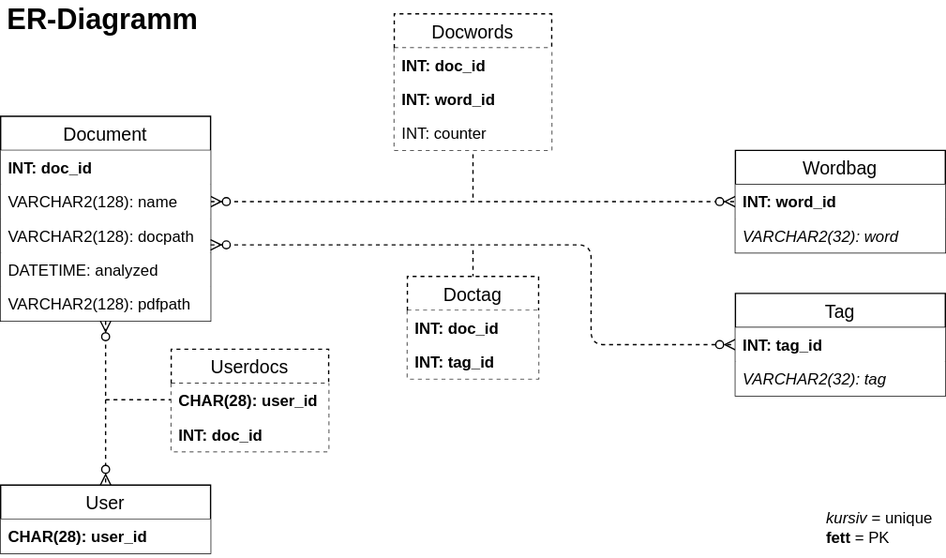
Earlier version of the draw.io export docs/Overview/resources/Diagramme/doc-ver_Diagramme-ER-Diagramm.svg (doc-ver/Doku). Source tidied: cells renumbered, new cells last; positions are measured from the earlier drawing's top-left corner, leaving out a move shared by most shapes.
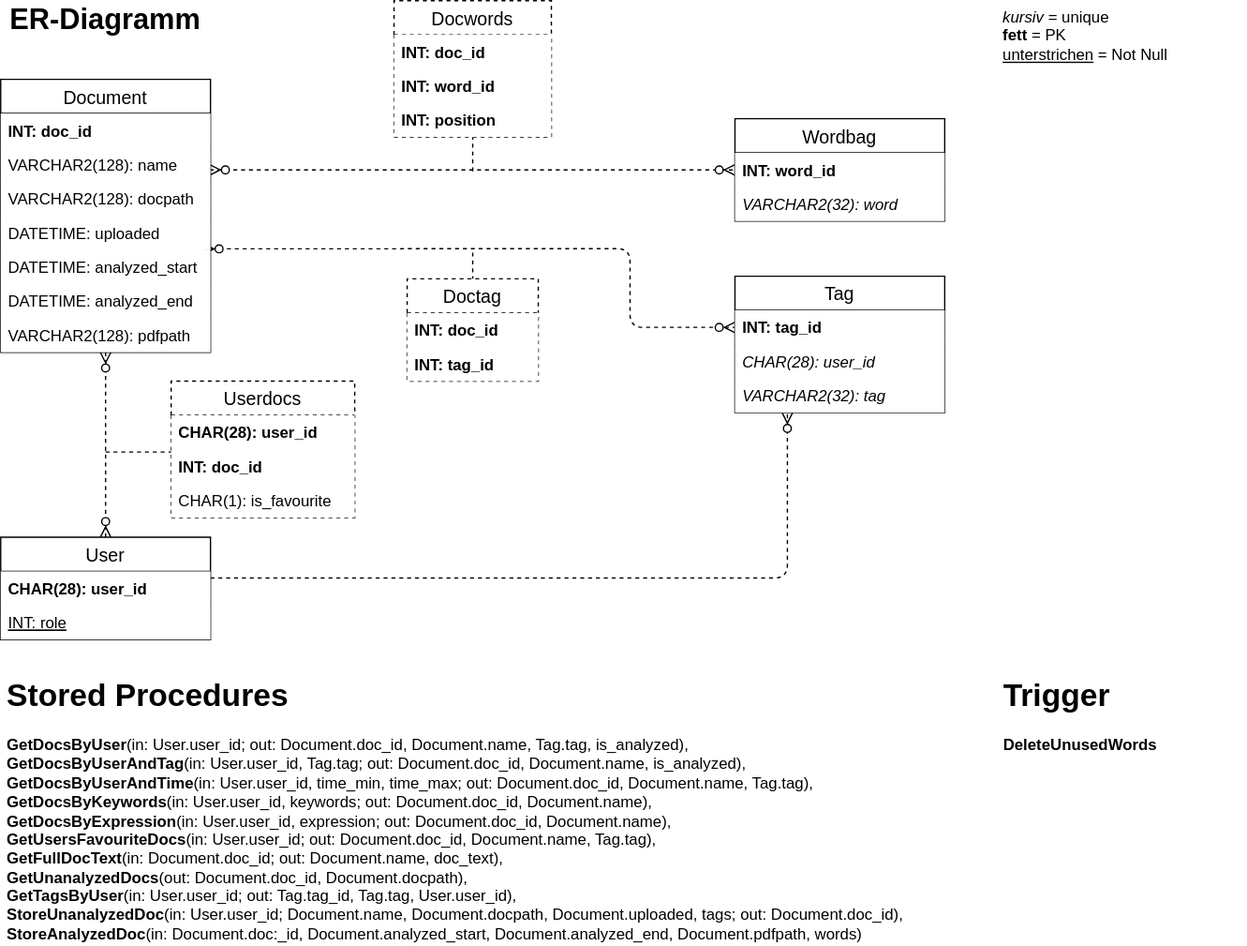
After the change.

Commit message:
Diagramme und Expose ueberarbeitet

What changed in the source:
```diff
@@ -2,117 +2,147 @@
   <root>
     <mxCell id="0" />
     <mxCell id="1" parent="0" />
-    <mxCell id="2" style="edgeStyle=entityRelationEdgeStyle;fontSize=12;html=1;endArrow=ERzeroToMany;endFill=1;startArrow=ERzeroToMany;exitX=1;exitY=0.5;exitDx=0;exitDy=0;entryX=0;entryY=0.5;entryDx=0;entryDy=0;dashed=1;" parent="1" edge="1" source="6" target="11">
+    <mxCell id="2" style="edgeStyle=entityRelationEdgeStyle;fontSize=12;html=1;endArrow=ERzeroToMany;endFill=1;startArrow=ERzeroToMany;exitX=0.996;exitY=0.654;exitDx=0;exitDy=0;entryX=0;entryY=0.5;entryDx=0;entryDy=0;dashed=1;exitPerimeter=0;" parent="1" edge="1" source="25" target="32">
       <mxGeometry relative="1" as="geometry" />
     </mxCell>
-    <mxCell id="3" style="endArrow=none;dashed=1;html=1;entryX=0.5;entryY=1;entryDx=0;entryDy=0;" parent="1" edge="1" target="13">
+    <mxCell id="3" style="endArrow=none;dashed=1;html=1;entryX=0.5;entryY=1;entryDx=0;entryDy=0;" parent="1" edge="1" target="34">
       <mxGeometry relative="1" as="geometry">
-        <mxPoint x="360" y="150" as="sourcePoint" />
+        <mxPoint x="390" y="114" as="sourcePoint" />
       </mxGeometry>
     </mxCell>
-    <mxCell id="4" value="Document" style="swimlane;fontStyle=0;horizontal=1;startSize=26;align=center;fontSize=14;swimlaneLine=1;glass=0;" parent="1" vertex="1">
-      <mxGeometry y="88" width="160" height="156" as="geometry" />
+    <mxCell id="4" value="ER-Diagramm" style="text;html=1;strokeColor=none;fillColor=none;align=center;verticalAlign=middle;whiteSpace=wrap;rounded=0;fontSize=22;fontStyle=1;" parent="1" vertex="1">
+      <mxGeometry x="35" y="-16" width="150" height="30" as="geometry" />
     </mxCell>
-    <mxCell id="5" value="INT: doc_id" style="text;spacingLeft=4;spacingRight=4;overflow=hidden;fontSize=12;fontStyle=1;fillColor=#ffffff;" parent="4" vertex="1">
-      <mxGeometry y="26" width="160" height="26" as="geometry" />
+    <mxCell id="5" style="fontSize=12;html=1;endArrow=ERzeroToMany;endFill=1;startArrow=ERzeroToMany;exitX=0.966;exitY=-0.032;exitDx=0;exitDy=0;dashed=1;entryX=0;entryY=0.5;entryDx=0;entryDy=0;exitPerimeter=0;" parent="1" edge="1" source="28" target="39">
+      <mxGeometry relative="1" as="geometry">
+        <Array as="points">
+          <mxPoint x="510" y="173" />
+          <mxPoint x="510" y="233" />
+        </Array>
+      </mxGeometry>
     </mxCell>
-    <mxCell id="6" value="VARCHAR2(128): name" style="text;strokeColor=none;fillColor=#ffffff;spacingLeft=4;spacingRight=4;overflow=hidden;points=[[0,0.5],[1,0.5]];portConstraint=eastwest;fontSize=12;" parent="4" vertex="1">
-      <mxGeometry y="52" width="160" height="26" as="geometry" />
+    <mxCell id="6" style="endArrow=none;dashed=1;html=1;entryX=0.5;entryY=0;entryDx=0;entryDy=0;" parent="1" edge="1" target="16">
+      <mxGeometry relative="1" as="geometry">
+        <mxPoint x="390" y="176" as="sourcePoint" />
+      </mxGeometry>
     </mxCell>
-    <mxCell id="7" value="VARCHAR2(128): docpath" style="text;strokeColor=none;fillColor=#ffffff;spacingLeft=4;spacingRight=4;overflow=hidden;points=[[0,0.5],[1,0.5]];portConstraint=eastwest;fontSize=12;" parent="4" vertex="1">
-      <mxGeometry y="78" width="160" height="26" as="geometry" />
+    <mxCell id="7" value="&lt;div style=&quot;text-align: left&quot;&gt;&lt;span&gt;&lt;i&gt;kursiv &lt;/i&gt;= unique&lt;/span&gt;&lt;/div&gt;&lt;div style=&quot;text-align: left&quot;&gt;&lt;span&gt;&lt;b&gt;fett &lt;/b&gt;= PK&lt;/span&gt;&lt;/div&gt;&lt;div style=&quot;text-align: left&quot;&gt;&lt;span&gt;&lt;u&gt;unterstrichen&lt;/u&gt; = Not Null&lt;br&gt;&lt;/span&gt;&lt;/div&gt;" style="text;html=1;strokeColor=none;fillColor=none;align=center;verticalAlign=middle;whiteSpace=wrap;rounded=0;glass=0;dashed=1;" parent="1" vertex="1">
+      <mxGeometry x="790" y="-16" width="135" height="53" as="geometry" />
     </mxCell>
-    <mxCell id="8" value="DATETIME: analyzed" style="text;strokeColor=none;fillColor=#ffffff;spacingLeft=4;spacingRight=4;overflow=hidden;fontSize=12;" parent="4" vertex="1">
-      <mxGeometry y="104" width="160" height="26" as="geometry" />
+    <mxCell id="8" style="fontSize=12;html=1;endArrow=ERzeroToMany;endFill=1;startArrow=ERzeroToMany;exitX=0.5;exitY=1;exitDx=0;exitDy=0;dashed=1;entryX=0.5;entryY=0;entryDx=0;entryDy=0;" parent="1" edge="1" source="23" target="13">
+      <mxGeometry relative="1" as="geometry">
+        <Array as="points">
+          <mxPoint x="110" y="344" />
+        </Array>
+      </mxGeometry>
     </mxCell>
-    <mxCell id="9" value="VARCHAR2(128): pdfpath" style="text;strokeColor=none;fillColor=#ffffff;spacingLeft=4;spacingRight=4;overflow=hidden;fontSize=12;" parent="4" vertex="1">
-      <mxGeometry y="130" width="160" height="26" as="geometry" />
+    <mxCell id="9" style="endArrow=none;dashed=1;html=1;entryX=0;entryY=0.5;entryDx=0;entryDy=0;" parent="1" edge="1">
+      <mxGeometry relative="1" as="geometry">
+        <mxPoint x="110" y="328" as="sourcePoint" />
+        <mxPoint x="190" y="328" as="targetPoint" />
+      </mxGeometry>
     </mxCell>
-    <mxCell id="10" value="Wordbag" style="swimlane;fontStyle=0;horizontal=1;startSize=26;align=center;fontSize=14;swimlaneLine=1;glass=0;" parent="1" vertex="1">
-      <mxGeometry x="560" y="114" width="160" height="78" as="geometry" />
+    <mxCell id="10" value="&lt;h1&gt;Stored Procedures&lt;br&gt;&lt;/h1&gt;&lt;p&gt;&lt;b&gt;GetDocsByUser&lt;/b&gt;(in: User.user_id; out: Document.doc_id, Document.name, Tag.tag, is_analyzed),&lt;b&gt;&lt;br&gt;GetDocsByUserAndTag&lt;/b&gt;(in: User.user_id, Tag.tag; out: Document.doc_id, Document.name, is_analyzed),&lt;br&gt;&lt;b&gt;GetDocsByUserAndTime&lt;/b&gt;(in: User.user_id, time_min, time_max; out: Document.doc_id, Document.name, Tag.tag),&lt;b&gt;&lt;br&gt;GetDocsByKeywords&lt;/b&gt;(in: User.user_id, keywords; out: Document.doc_id, Document.name),&lt;b&gt;&lt;br&gt;GetDocsByExpression&lt;/b&gt;(in: User.user_id, expression; out: Document.doc_id, Document.name),&lt;b&gt;&lt;br&gt;GetUsersFavouriteDocs&lt;/b&gt;(in: User.user_id; out: Document.doc_id, Document.name, Tag.tag),&lt;br&gt;&lt;b&gt;GetFullDocText&lt;/b&gt;(in: Document.doc_id; out: Document.name, doc_text),&lt;br&gt;&lt;b&gt;GetUnanalyzedDocs&lt;/b&gt;(out: Document.doc_id, Document.docpath),&lt;b&gt;&lt;br&gt;GetTagsByUser&lt;/b&gt;(in: User.user_id; out: Tag.tag_id, Tag.tag, User.user_id),&lt;b&gt;&lt;b&gt;&lt;br&gt;&lt;/b&gt;StoreUnanalyzedDoc&lt;/b&gt;(in: User.user_id; Document.name, Document.docpath, Document.uploaded, tags; out: Document.doc_id),&lt;br&gt;&lt;b&gt;StoreAnalyzedDoc&lt;/b&gt;(in: Document.doc:_id, Document.analyzed_start, Document.analyzed_end, Document.pdfpath, words)&lt;br&gt;&lt;/p&gt;" style="text;html=1;strokeColor=none;fillColor=none;spacing=5;spacingTop=-20;whiteSpace=wrap;overflow=hidden;rounded=0;" parent="1" vertex="1">
+      <mxGeometry x="30" y="494" width="710" height="210" as="geometry" />
     </mxCell>
-    <mxCell id="11" value="INT: word_id" style="text;spacingLeft=4;spacingRight=4;overflow=hidden;points=[[0,0.5],[1,0.5]];portConstraint=eastwest;fontSize=12;fontStyle=1;fillColor=#ffffff;" parent="10" vertex="1">
-      <mxGeometry y="26" width="160" height="26" as="geometry" />
+    <mxCell id="11" style="fontSize=12;html=1;endArrow=ERzeroToMany;endFill=1;startArrow=none;exitX=1;exitY=0.769;exitDx=0;exitDy=0;dashed=1;entryX=0.25;entryY=1;entryDx=0;entryDy=0;exitPerimeter=0;startFill=0;" parent="1" edge="1" target="38">
+      <mxGeometry relative="1" as="geometry">
+        <mxPoint x="190" y="424" as="sourcePoint" />
+        <Array as="points">
+          <mxPoint x="480" y="424" />
+          <mxPoint x="630" y="424" />
+        </Array>
+      </mxGeometry>
     </mxCell>
-    <mxCell id="12" value="VARCHAR2(32): word" style="text;strokeColor=none;fillColor=#ffffff;spacingLeft=4;spacingRight=4;overflow=hidden;fontSize=12;fontStyle=2;" parent="10" vertex="1">
-      <mxGeometry y="52" width="160" height="26" as="geometry" />
+    <mxCell id="12" value="&lt;h1&gt;Trigger&lt;/h1&gt;&lt;p&gt;&lt;b&gt;DeleteUnusedWords&lt;br&gt;&lt;br&gt;&lt;/b&gt;&lt;/p&gt;" style="text;html=1;strokeColor=none;fillColor=none;spacing=5;spacingTop=-20;whiteSpace=wrap;overflow=hidden;rounded=0;" parent="1" vertex="1">
+      <mxGeometry x="790" y="494" width="190" height="120" as="geometry" />
     </mxCell>
-    <mxCell id="13" value="Docwords" style="swimlane;fontStyle=0;horizontal=1;startSize=26;align=center;fontSize=14;swimlaneLine=1;glass=0;dashed=1;" parent="1" vertex="1">
-      <mxGeometry x="300" y="10" width="120" height="104" as="geometry" />
+    <mxCell id="13" value="User" style="swimlane;fontStyle=0;horizontal=1;startSize=26;align=center;fontSize=14;swimlaneLine=1;glass=0;" parent="1" vertex="1">
+      <mxGeometry x="30" y="393" width="160" height="78" as="geometry" />
     </mxCell>
-    <mxCell id="14" value="INT: doc_id" style="text;strokeColor=none;fillColor=#ffffff;spacingLeft=4;spacingRight=4;overflow=hidden;fontSize=12;fontStyle=1;" parent="13" vertex="1">
-      <mxGeometry y="26" width="120" height="26" as="geometry" />
+    <mxCell id="14" value="CHAR(28): user_id" style="text;spacingLeft=4;spacingRight=4;overflow=hidden;fontSize=12;fontStyle=1;fillColor=#ffffff;" parent="13" vertex="1">
+      <mxGeometry y="26" width="160" height="26" as="geometry" />
     </mxCell>
-    <mxCell id="15" value="INT: word_id" style="text;strokeColor=none;fillColor=#ffffff;spacingLeft=4;spacingRight=4;overflow=hidden;fontSize=12;fontStyle=1;" parent="13" vertex="1">
-      <mxGeometry y="52" width="120" height="26" as="geometry" />
+    <mxCell id="15" value="INT: role" style="text;strokeColor=none;fillColor=#ffffff;spacingLeft=4;spacingRight=4;overflow=hidden;fontSize=12;fontStyle=4;" parent="13" vertex="1">
+      <mxGeometry y="52" width="160" height="26" as="geometry" />
     </mxCell>
-    <mxCell id="16" value="INT: counter" style="text;strokeColor=none;fillColor=#ffffff;spacingLeft=4;spacingRight=4;overflow=hidden;points=[[0,0.5],[1,0.5]];portConstraint=eastwest;fontSize=12;fontStyle=0;" parent="13" vertex="1">
-      <mxGeometry y="78" width="120" height="26" as="geometry" />
+    <mxCell id="16" value="Doctag" style="swimlane;fontStyle=0;horizontal=1;startSize=26;align=center;fontSize=14;swimlaneLine=1;glass=0;dashed=1;" parent="1" vertex="1">
+      <mxGeometry x="340" y="196" width="100" height="78" as="geometry" />
     </mxCell>
-    <mxCell id="17" value="ER-Diagramm" style="text;html=1;strokeColor=none;fillColor=none;align=center;verticalAlign=middle;whiteSpace=wrap;rounded=0;fontSize=22;fontStyle=1;" parent="1" vertex="1">
-      <mxGeometry x="3" width="150" height="30" as="geometry" />
+    <mxCell id="17" value="INT: doc_id" style="text;strokeColor=none;fillColor=#ffffff;spacingLeft=4;spacingRight=4;overflow=hidden;fontSize=12;fontStyle=1;" parent="16" vertex="1">
+      <mxGeometry y="26" width="100" height="26" as="geometry" />
     </mxCell>
-    <mxCell id="18" style="fontSize=12;html=1;endArrow=ERzeroToMany;endFill=1;startArrow=ERzeroToMany;exitX=1;exitY=0.769;exitDx=0;exitDy=0;dashed=1;entryX=0;entryY=0.5;entryDx=0;entryDy=0;exitPerimeter=0;" parent="1" edge="1" source="7" target="24">
-      <mxGeometry relative="1" as="geometry">
-        <Array as="points">
-          <mxPoint x="450" y="186" />
-          <mxPoint x="450" y="262" />
-        </Array>
-      </mxGeometry>
+    <mxCell id="18" value="INT: tag_id" style="text;strokeColor=none;fillColor=#ffffff;spacingLeft=4;spacingRight=4;overflow=hidden;fontSize=12;fontStyle=1;" parent="16" vertex="1">
+      <mxGeometry y="52" width="100" height="26" as="geometry" />
     </mxCell>
-    <mxCell id="19" style="endArrow=none;dashed=1;html=1;entryX=0.5;entryY=0;entryDx=0;entryDy=0;" parent="1" edge="1" target="20">
-      <mxGeometry relative="1" as="geometry">
-        <mxPoint x="360" y="190" as="sourcePoint" />
-      </mxGeometry>
+    <mxCell id="19" value="Userdocs" style="swimlane;fontStyle=0;horizontal=1;startSize=26;align=center;fontSize=14;swimlaneLine=1;glass=0;dashed=1;" parent="1" vertex="1">
+      <mxGeometry x="160" y="274" width="140" height="104" as="geometry" />
     </mxCell>
-    <mxCell id="20" value="Doctag" style="swimlane;fontStyle=0;horizontal=1;startSize=26;align=center;fontSize=14;swimlaneLine=1;glass=0;dashed=1;" parent="1" vertex="1">
-      <mxGeometry x="310" y="210" width="100" height="78" as="geometry" />
+    <mxCell id="20" value="CHAR(28): user_id" style="text;strokeColor=none;fillColor=#ffffff;spacingLeft=4;spacingRight=4;overflow=hidden;points=[[0,0.5],[1,0.5]];portConstraint=eastwest;fontSize=12;fontStyle=1;" parent="19" vertex="1">
+      <mxGeometry y="26" width="140" height="26" as="geometry" />
     </mxCell>
-    <mxCell id="21" value="INT: doc_id" style="text;strokeColor=none;fillColor=#ffffff;spacingLeft=4;spacingRight=4;overflow=hidden;fontSize=12;fontStyle=1;" parent="20" vertex="1">
-      <mxGeometry y="26" width="100" height="26" as="geometry" />
+    <mxCell id="21" value="INT: doc_id" style="text;strokeColor=none;fillColor=#ffffff;spacingLeft=4;spacingRight=4;overflow=hidden;fontSize=12;fontStyle=1;" parent="19" vertex="1">
+      <mxGeometry y="52" width="140" height="26" as="geometry" />
     </mxCell>
-    <mxCell id="22" value="INT: tag_id" style="text;strokeColor=none;fillColor=#ffffff;spacingLeft=4;spacingRight=4;overflow=hidden;fontSize=12;fontStyle=1;" parent="20" vertex="1">
-      <mxGeometry y="52" width="100" height="26" as="geometry" />
+    <mxCell id="22" value="CHAR(1): is_favourite" style="text;strokeColor=none;fillColor=#ffffff;spacingLeft=4;spacingRight=4;overflow=hidden;fontSize=12;fontStyle=0;" parent="19" vertex="1">
+      <mxGeometry y="78" width="140" height="26" as="geometry" />
     </mxCell>
-    <mxCell id="23" value="Tag" style="swimlane;fontStyle=0;horizontal=1;startSize=26;align=center;fontSize=14;swimlaneLine=1;glass=0;" parent="1" vertex="1">
-      <mxGeometry x="560" y="223" width="160" height="78" as="geometry" />
+    <mxCell id="23" value="Document" style="swimlane;fontStyle=0;horizontal=1;startSize=26;align=center;fontSize=14;swimlaneLine=1;glass=0;" parent="1" vertex="1">
+      <mxGeometry x="30" y="44" width="160" height="208" as="geometry" />
     </mxCell>
-    <mxCell id="24" value="INT: tag_id" style="text;spacingLeft=4;spacingRight=4;overflow=hidden;points=[[0,0.5],[1,0.5]];portConstraint=eastwest;fontSize=12;fontStyle=1;fillColor=#ffffff;" parent="23" vertex="1">
+    <mxCell id="24" value="INT: doc_id" style="text;spacingLeft=4;spacingRight=4;overflow=hidden;points=[[0,0.5],[1,0.5]];portConstraint=eastwest;fontSize=12;fontStyle=1;fillColor=#ffffff;" parent="23" vertex="1">
       <mxGeometry y="26" width="160" height="26" as="geometry" />
     </mxCell>
-    <mxCell id="25" value="VARCHAR2(32): tag" style="text;strokeColor=none;fillColor=#ffffff;spacingLeft=4;spacingRight=4;overflow=hidden;points=[[0,0.5],[1,0.5]];portConstraint=eastwest;fontSize=12;fontStyle=2;" parent="23" vertex="1">
+    <mxCell id="25" value="VARCHAR2(128): name" style="text;strokeColor=none;fillColor=#ffffff;spacingLeft=4;spacingRight=4;overflow=hidden;points=[[0,0.5],[1,0.5]];portConstraint=eastwest;fontSize=12;" parent="23" vertex="1">
       <mxGeometry y="52" width="160" height="26" as="geometry" />
     </mxCell>
-    <mxCell id="26" value="&lt;div style=&quot;text-align: left&quot;&gt;&lt;span&gt;&lt;i&gt;kursiv &lt;/i&gt;= unique&lt;/span&gt;&lt;/div&gt;&lt;div style=&quot;text-align: left&quot;&gt;&lt;span&gt;&lt;b&gt;fett &lt;/b&gt;= PK&lt;/span&gt;&lt;/div&gt;" style="text;html=1;strokeColor=none;fillColor=none;align=center;verticalAlign=middle;whiteSpace=wrap;rounded=0;glass=0;dashed=1;" parent="1" vertex="1">
-      <mxGeometry x="625" y="387" width="90" height="30" as="geometry" />
+    <mxCell id="26" value="VARCHAR2(128): docpath" style="text;strokeColor=none;fillColor=#ffffff;spacingLeft=4;spacingRight=4;overflow=hidden;fontSize=12;" parent="23" vertex="1">
+      <mxGeometry y="78" width="160" height="26" as="geometry" />
     </mxCell>
-    <mxCell id="27" value="User" style="swimlane;fontStyle=0;horizontal=1;startSize=26;align=center;fontSize=14;swimlaneLine=1;glass=0;" parent="1" vertex="1">
-      <mxGeometry y="369" width="160" height="52" as="geometry" />
+    <mxCell id="27" value="DATETIME: uploaded" style="text;strokeColor=none;fillColor=#ffffff;spacingLeft=4;spacingRight=4;overflow=hidden;points=[[0,0.5],[1,0.5]];portConstraint=eastwest;fontSize=12;" parent="23" vertex="1">
+      <mxGeometry y="104" width="160" height="26" as="geometry" />
     </mxCell>
-    <mxCell id="28" value="CHAR(28): user_id" style="text;spacingLeft=4;spacingRight=4;overflow=hidden;points=[[0,0.5],[1,0.5]];portConstraint=eastwest;fontSize=12;fontStyle=1;fillColor=#ffffff;" parent="27" vertex="1">
-      <mxGeometry y="26" width="160" height="26" as="geometry" />
+    <mxCell id="28" value="DATETIME: analyzed_start" style="text;strokeColor=none;fillColor=#ffffff;spacingLeft=4;spacingRight=4;overflow=hidden;points=[[0,0.5],[1,0.5]];portConstraint=eastwest;fontSize=12;" parent="23" vertex="1">
+      <mxGeometry y="130" width="160" height="26" as="geometry" />
     </mxCell>
-    <mxCell id="29" style="fontSize=12;html=1;endArrow=ERzeroToMany;endFill=1;startArrow=ERzeroToMany;exitX=0.5;exitY=1;exitDx=0;exitDy=0;dashed=1;entryX=0.5;entryY=0;entryDx=0;entryDy=0;" parent="1" edge="1" source="4" target="27">
-      <mxGeometry relative="1" as="geometry">
-        <Array as="points">
-          <mxPoint x="80" y="320" />
-        </Array>
-      </mxGeometry>
+    <mxCell id="29" value="DATETIME: analyzed_end" style="text;strokeColor=none;fillColor=#ffffff;spacingLeft=4;spacingRight=4;overflow=hidden;fontSize=12;" parent="23" vertex="1">
+      <mxGeometry y="156" width="160" height="26" as="geometry" />
     </mxCell>
-    <mxCell id="30" style="endArrow=none;dashed=1;html=1;entryX=0;entryY=0.5;entryDx=0;entryDy=0;" parent="1" edge="1">
-      <mxGeometry relative="1" as="geometry">
-        <mxPoint x="80" y="304" as="sourcePoint" />
-        <mxPoint x="160" y="304" as="targetPoint" />
-      </mxGeometry>
+    <mxCell id="30" value="VARCHAR2(128): pdfpath" style="text;strokeColor=none;fillColor=#ffffff;spacingLeft=4;spacingRight=4;overflow=hidden;fontSize=12;" parent="23" vertex="1">
+      <mxGeometry y="182" width="160" height="26" as="geometry" />
     </mxCell>
-    <mxCell id="31" value="Userdocs" style="swimlane;fontStyle=0;horizontal=1;startSize=26;align=center;fontSize=14;swimlaneLine=1;glass=0;dashed=1;" parent="1" vertex="1">
-      <mxGeometry x="130" y="265.5" width="120" height="78" as="geometry" />
+    <mxCell id="31" value="Wordbag" style="swimlane;fontStyle=0;horizontal=1;startSize=26;align=center;fontSize=14;swimlaneLine=1;glass=0;" parent="1" vertex="1">
+      <mxGeometry x="590" y="74" width="160" height="78" as="geometry" />
     </mxCell>
-    <mxCell id="32" value="CHAR(28): user_id" style="text;strokeColor=none;fillColor=#ffffff;spacingLeft=4;spacingRight=4;overflow=hidden;points=[[0,0.5],[1,0.5]];portConstraint=eastwest;fontSize=12;fontStyle=1;" parent="31" vertex="1">
-      <mxGeometry y="26" width="120" height="26" as="geometry" />
+    <mxCell id="32" value="INT: word_id" style="text;spacingLeft=4;spacingRight=4;overflow=hidden;points=[[0,0.5],[1,0.5]];portConstraint=eastwest;fontSize=12;fontStyle=1;fillColor=#ffffff;" parent="31" vertex="1">
+      <mxGeometry y="26" width="160" height="26" as="geometry" />
     </mxCell>
-    <mxCell id="33" value="INT: doc_id" style="text;strokeColor=none;fillColor=#ffffff;spacingLeft=4;spacingRight=4;overflow=hidden;fontSize=12;fontStyle=1;" parent="31" vertex="1">
-      <mxGeometry y="52" width="120" height="26" as="geometry" />
+    <mxCell id="33" value="VARCHAR2(32): word" style="text;strokeColor=none;fillColor=#ffffff;spacingLeft=4;spacingRight=4;overflow=hidden;fontSize=12;fontStyle=2;" parent="31" vertex="1">
+      <mxGeometry y="52" width="160" height="26" as="geometry" />
     </mxCell>
+    <mxCell id="34" value="Docwords" style="swimlane;fontStyle=0;horizontal=1;startSize=26;align=center;fontSize=14;swimlaneLine=1;glass=0;dashed=1;" parent="1" vertex="1">
+      <mxGeometry x="330" y="-16" width="120" height="104" as="geometry" />
+    </mxCell>
+    <mxCell id="35" value="INT: doc_id" style="text;strokeColor=none;fillColor=#ffffff;spacingLeft=4;spacingRight=4;overflow=hidden;fontSize=12;fontStyle=1;" parent="34" vertex="1">
+      <mxGeometry y="26" width="120" height="26" as="geometry" />
+    </mxCell>
+    <mxCell id="36" value="INT: word_id" style="text;strokeColor=none;fillColor=#ffffff;spacingLeft=4;spacingRight=4;overflow=hidden;fontSize=12;fontStyle=1;" parent="34" vertex="1">
+      <mxGeometry y="52" width="120" height="26" as="geometry" />
+    </mxCell>
+    <mxCell id="37" value="INT: position" style="text;strokeColor=none;fillColor=#ffffff;spacingLeft=4;spacingRight=4;overflow=hidden;fontSize=12;fontStyle=1;" parent="34" vertex="1">
+      <mxGeometry y="78" width="120" height="26" as="geometry" />
+    </mxCell>
+    <mxCell id="38" value="Tag" style="swimlane;fontStyle=0;horizontal=1;startSize=26;align=center;fontSize=14;swimlaneLine=1;glass=0;" parent="1" vertex="1">
+      <mxGeometry x="590" y="194" width="160" height="104" as="geometry" />
+    </mxCell>
+    <mxCell id="39" value="INT: tag_id" style="text;spacingLeft=4;spacingRight=4;overflow=hidden;points=[[0,0.5],[1,0.5]];portConstraint=eastwest;fontSize=12;fontStyle=1;fillColor=#ffffff;" parent="38" vertex="1">
+      <mxGeometry y="26" width="160" height="26" as="geometry" />
+    </mxCell>
+    <mxCell id="40" value="CHAR(28): user_id" style="text;spacingLeft=4;spacingRight=4;overflow=hidden;fontSize=12;fontStyle=2;fillColor=#ffffff;" parent="38" vertex="1">
+      <mxGeometry y="52" width="160" height="26" as="geometry" />
+    </mxCell>
+    <mxCell id="41" value="VARCHAR2(32): tag" style="text;strokeColor=none;fillColor=#ffffff;spacingLeft=4;spacingRight=4;overflow=hidden;fontSize=12;fontStyle=2;" parent="38" vertex="1">
+      <mxGeometry y="78" width="160" height="26" as="geometry" />
+    </mxCell>
   </root>
 </mxGraphModel>
```
